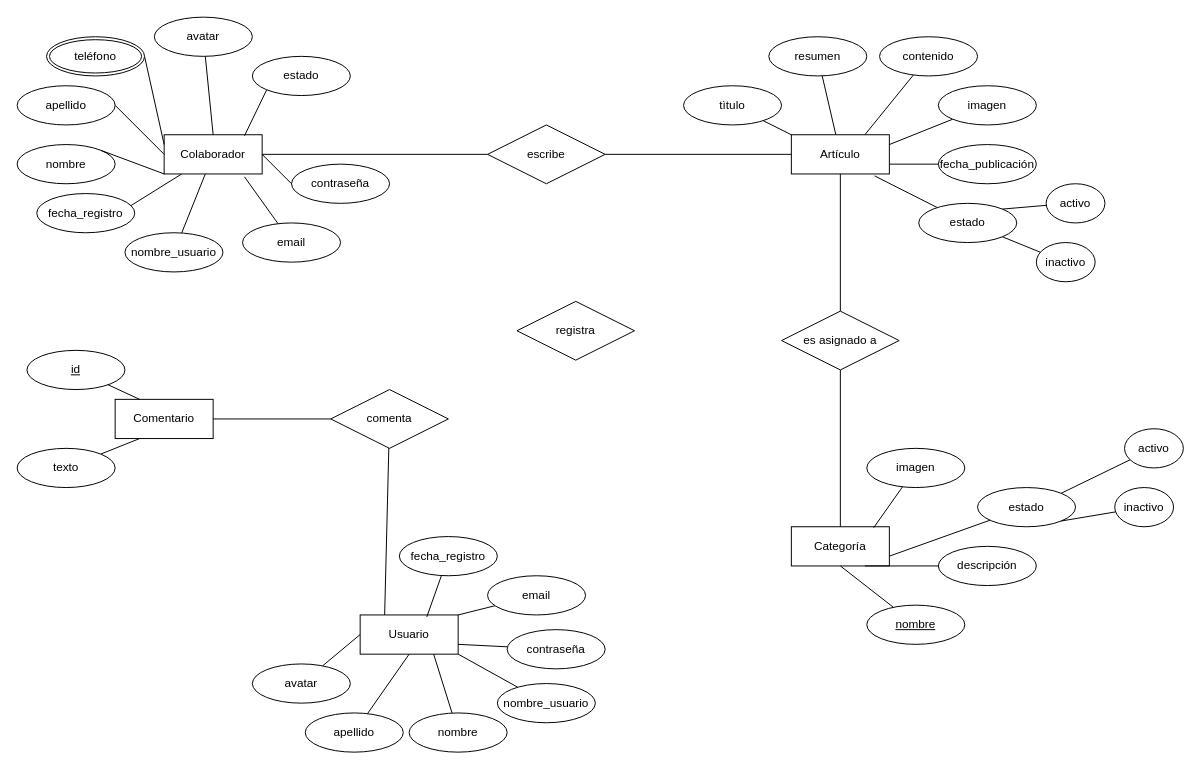
PatriNet77/2023-info-com-8 keeps this draw.io diagram as page "Página-2" (2 of 2) of Semana5/Desafio5.drawio. Above is the earlier version. Source tidied: cells renumbered, new cells numbered last; positions are measured from the earlier drawing's top-left corner, leaving out a move shared by most shapes. Both pictures are drawn from the tidied source at 98%, with x=0, y=0 at pixel (17, 17).
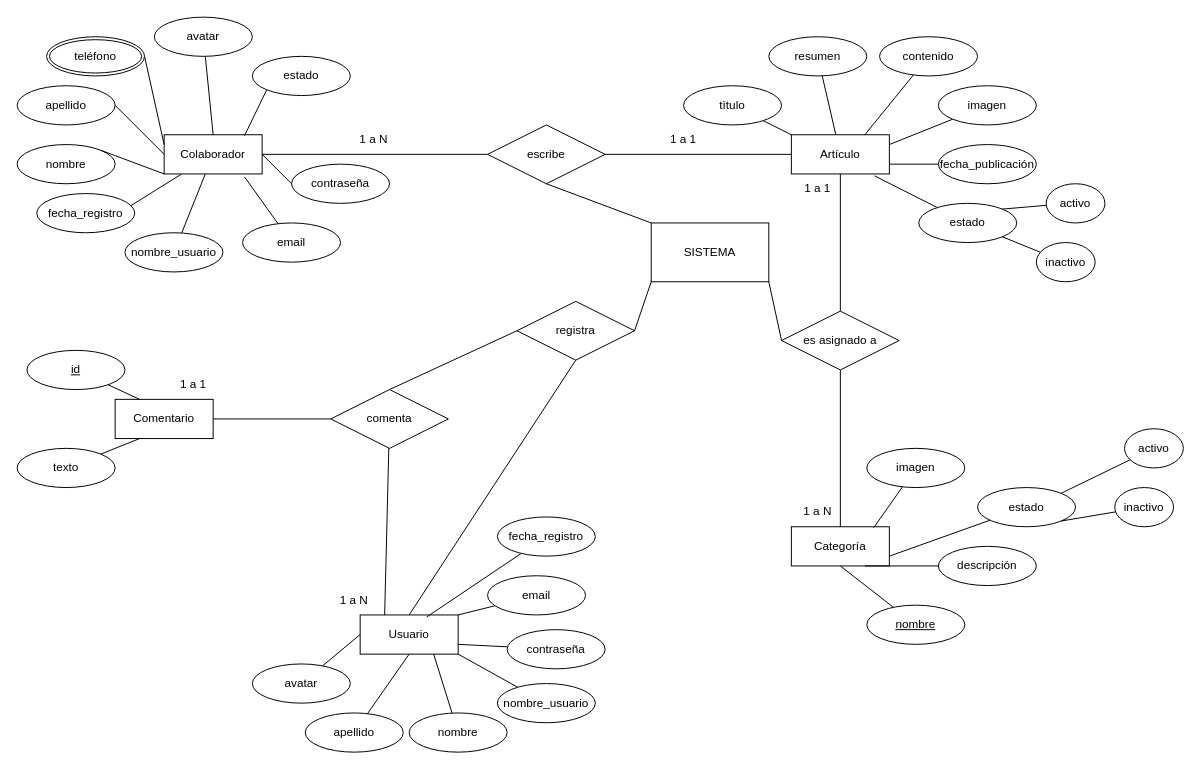
The same page after the edit.

The change refers to these unchanged cells:
```xml
<mxCell id="12" value="escribe" style="shape=rhombus;perimeter=rhombusPerimeter;whiteSpace=wrap;html=1;align=center;" parent="1" vertex="1">
  <mxGeometry x="480" y="110" width="120" height="60" as="geometry" />
</mxCell>
<mxCell id="14" value="es asignado a" style="shape=rhombus;perimeter=rhombusPerimeter;whiteSpace=wrap;html=1;align=center;" parent="1" vertex="1">
  <mxGeometry x="780" y="300" width="120" height="60" as="geometry" />
</mxCell>
<mxCell id="15" value="registra" style="shape=rhombus;perimeter=rhombusPerimeter;whiteSpace=wrap;html=1;align=center;" parent="1" vertex="1">
  <mxGeometry x="510" y="290" width="120" height="60" as="geometry" />
</mxCell>
<mxCell id="18" value="comenta" style="shape=rhombus;perimeter=rhombusPerimeter;whiteSpace=wrap;html=1;align=center;" parent="1" vertex="1">
  <mxGeometry x="320" y="380" width="120" height="60" as="geometry" />
</mxCell>
```

What changed in the source:
```diff
@@
     <mxCell id="72" value="fecha_registro" style="ellipse;whiteSpace=wrap;html=1;align=center;" parent="1" vertex="1">
-      <mxGeometry x="390" y="530" width="100" height="40" as="geometry" />
+      <mxGeometry x="490" y="510" width="100" height="40" as="geometry" />
     </mxCell>
@@
+    <mxCell id="82" value="1 a N" style="text;html=1;strokeColor=none;fillColor=none;align=center;verticalAlign=middle;whiteSpace=wrap;rounded=0;" parent="1" vertex="1">
+      <mxGeometry x="334" y="110" width="60" height="30" as="geometry" />
+    </mxCell>
+    <mxCell id="83" value="1 a 1" style="text;html=1;strokeColor=none;fillColor=none;align=center;verticalAlign=middle;whiteSpace=wrap;rounded=0;" parent="1" vertex="1">
+      <mxGeometry x="650" y="110" width="60" height="30" as="geometry" />
+    </mxCell>
+    <mxCell id="84" style="endArrow=none;html=1;rounded=0;entryX=0.5;entryY=1;entryDx=0;entryDy=0;" parent="1" edge="1" target="15">
+      <mxGeometry relative="1" as="geometry">
+        <mxPoint x="400" y="610" as="sourcePoint" />
+      </mxGeometry>
+    </mxCell>
+    <mxCell id="85" style="endArrow=none;html=1;rounded=0;exitX=0.5;exitY=0;exitDx=0;exitDy=0;entryX=0;entryY=0.5;entryDx=0;entryDy=0;" parent="1" edge="1" source="18" target="15">
+      <mxGeometry relative="1" as="geometry" />
+    </mxCell>
+    <mxCell id="86" value="1 a 1" style="text;html=1;strokeColor=none;fillColor=none;align=center;verticalAlign=middle;whiteSpace=wrap;rounded=0;" parent="1" vertex="1">
+      <mxGeometry x="787" y="160" width="60" height="30" as="geometry" />
+    </mxCell>
+    <mxCell id="87" value="1 a N" style="text;html=1;strokeColor=none;fillColor=none;align=center;verticalAlign=middle;whiteSpace=wrap;rounded=0;" parent="1" vertex="1">
+      <mxGeometry x="787" y="490" width="60" height="30" as="geometry" />
+    </mxCell>
+    <mxCell id="88" value="SISTEMA" style="rounded=0;whiteSpace=wrap;html=1;" parent="1" vertex="1">
+      <mxGeometry x="647" y="210" width="120" height="60" as="geometry" />
+    </mxCell>
+    <mxCell id="89" style="endArrow=none;html=1;rounded=0;exitX=1;exitY=0.5;exitDx=0;exitDy=0;" parent="1" edge="1" source="15">
+      <mxGeometry relative="1" as="geometry">
+        <mxPoint x="647" y="270" as="targetPoint" />
+      </mxGeometry>
+    </mxCell>
+    <mxCell id="90" style="endArrow=none;html=1;rounded=0;entryX=0;entryY=0;entryDx=0;entryDy=0;exitX=0.5;exitY=1;exitDx=0;exitDy=0;" parent="1" edge="1" source="12" target="88">
+      <mxGeometry relative="1" as="geometry" />
+    </mxCell>
+    <mxCell id="91" style="endArrow=none;html=1;rounded=0;exitX=1;exitY=1;exitDx=0;exitDy=0;entryX=0;entryY=0.5;entryDx=0;entryDy=0;" parent="1" edge="1" source="88" target="14">
+      <mxGeometry relative="1" as="geometry" />
+    </mxCell>
+    <mxCell id="92" value="1 a N" style="text;html=1;strokeColor=none;fillColor=none;align=center;verticalAlign=middle;whiteSpace=wrap;rounded=0;" parent="1" vertex="1">
+      <mxGeometry x="314" y="580" width="60" height="30" as="geometry" />
+    </mxCell>
+    <mxCell id="93" value="1 a 1" style="text;html=1;strokeColor=none;fillColor=none;align=center;verticalAlign=middle;whiteSpace=wrap;rounded=0;" parent="1" vertex="1">
+      <mxGeometry x="150" y="360" width="60" height="30" as="geometry" />
+    </mxCell>
```
